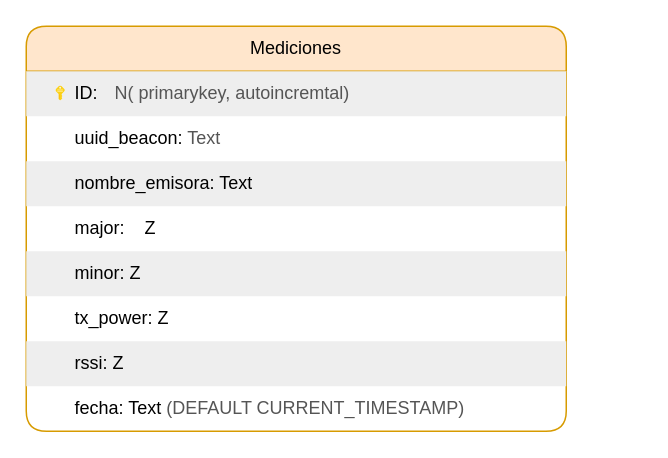
The draw.io diagram doc/Draw.io/server/MedicionesBD.drawio in Marcdaus/Sprint_0_Marc_Villalba, before the edit. Source tidied: cells renumbered, new cells numbered last; positions are measured from the earlier drawing's top-left corner, leaving out a move shared by most shapes. Both pictures are drawn from the tidied source at 150%, with x=0, y=0 at pixel (26, 26).
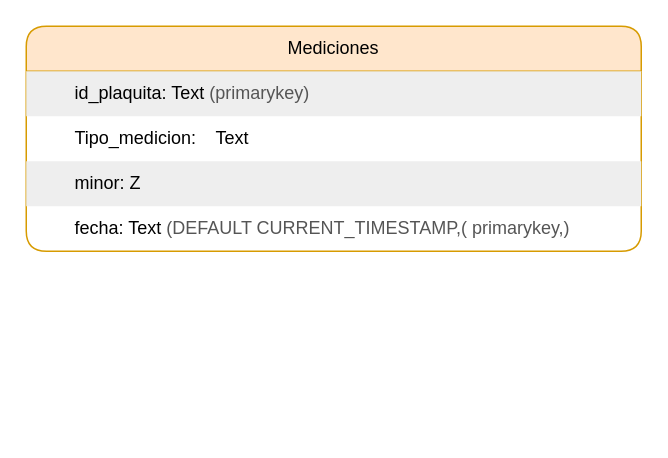
The same diagram, later.

The edit, as a diff of the source:
```diff
@@
 <mxGraphModel>
   <root>
     <mxCell id="0" />
     <mxCell id="1" parent="0" />
     <mxCell id="2" value="Mediciones" style="swimlane;fontStyle=0;horizontal=1;startSize=30;whiteSpace=wrap;html=1;rounded=1;fillColor=#ffe6cc;strokeColor=#d79b00;" parent="1" vertex="1">
-      <mxGeometry width="360" height="270" as="geometry" />
+      <mxGeometry width="410" height="150" as="geometry" />
     </mxCell>
-    <mxCell id="3" value="&lt;span style=&quot;white-space: pre;&quot;&gt;&#9;&lt;/span&gt;ID:&lt;span style=&quot;white-space: pre;&quot;&gt;&#9;&lt;/span&gt;&lt;span style=&quot;color: rgb(85, 85, 85);&quot;&gt;N( primarykey, autoincremtal)&lt;/span&gt;&lt;span style=&quot;white-space: pre;&quot;&gt;&#9;&lt;/span&gt;&lt;span style=&quot;white-space: pre;&quot;&gt;&#9;&lt;/span&gt;&lt;span style=&quot;white-space: pre;&quot;&gt;&#9;&lt;/span&gt;" style="text;strokeColor=none;fillColor=#EEEEEE;align=left;verticalAlign=middle;spacingLeft=4;spacingRight=4;overflow=hidden;whiteSpace=wrap;html=1;" parent="2" vertex="1">
-      <mxGeometry y="30" width="360" height="30" as="geometry" />
-    </mxCell>
-    <mxCell id="4" value="&lt;span style=&quot;white-space: pre;&quot;&gt;&#9;&lt;/span&gt;uuid_beacon:     &lt;span style=&quot;color: rgb(85, 85, 85);&quot;&gt;Text&lt;/span&gt;" style="text;strokeColor=none;fillColor=none;align=left;verticalAlign=middle;spacingLeft=4;spacingRight=4;overflow=hidden;whiteSpace=wrap;html=1;" parent="2" vertex="1">
-      <mxGeometry y="60" width="360" height="30" as="geometry" />
-    </mxCell>
-    <mxCell id="5" value="&lt;span style=&quot;white-space: pre;&quot;&gt;&#9;&lt;/span&gt;nombre_emisora:  Text" style="text;strokeColor=none;fillColor=#EEEEEE;align=left;verticalAlign=middle;spacingLeft=4;spacingRight=4;overflow=hidden;whiteSpace=wrap;html=1;" parent="2" vertex="1">
-      <mxGeometry y="90" width="360" height="30" as="geometry" />
+    <mxCell id="5" value="&lt;span style=&quot;white-space: pre;&quot;&gt;&#9;&lt;/span&gt;id_plaquita:  Text&amp;nbsp;&lt;span style=&quot;color: rgb(85, 85, 85);&quot;&gt;(primarykey)&lt;/span&gt;" style="text;strokeColor=none;fillColor=#EEEEEE;align=left;verticalAlign=middle;spacingLeft=4;spacingRight=4;overflow=hidden;whiteSpace=wrap;html=1;" parent="2" vertex="1">
+      <mxGeometry y="30" width="410" height="30" as="geometry" />
     </mxCell>
-    <mxCell id="6" value="&lt;span style=&quot;white-space: pre;&quot;&gt;&#9;&lt;/span&gt;major:&amp;nbsp; &amp;nbsp; Z" style="text;strokeColor=none;fillColor=none;align=left;verticalAlign=middle;spacingLeft=4;spacingRight=4;overflow=hidden;whiteSpace=wrap;html=1;" parent="2" vertex="1">
-      <mxGeometry y="120" width="360" height="30" as="geometry" />
+    <mxCell id="6" value="&lt;span style=&quot;white-space: pre;&quot;&gt;&#9;&lt;/span&gt;Tipo_medicion:&amp;nbsp; &amp;nbsp; Text" style="text;strokeColor=none;fillColor=none;align=left;verticalAlign=middle;spacingLeft=4;spacingRight=4;overflow=hidden;whiteSpace=wrap;html=1;" parent="2" vertex="1">
+      <mxGeometry y="60" width="410" height="30" as="geometry" />
     </mxCell>
     <mxCell id="7" value="&lt;span style=&quot;white-space: pre;&quot;&gt;&#9;&lt;/span&gt;minor:           Z" style="text;strokeColor=none;fillColor=#EEEEEE;align=left;verticalAlign=middle;spacingLeft=4;spacingRight=4;overflow=hidden;whiteSpace=wrap;html=1;" parent="2" vertex="1">
-      <mxGeometry y="150" width="360" height="30" as="geometry" />
+      <mxGeometry y="90" width="410" height="30" as="geometry" />
     </mxCell>
-    <mxCell id="8" value="&lt;span style=&quot;white-space: pre;&quot;&gt;&#9;&lt;/span&gt;tx_power:        Z" style="text;strokeColor=none;fillColor=none;align=left;verticalAlign=middle;spacingLeft=4;spacingRight=4;overflow=hidden;whiteSpace=wrap;html=1;" parent="2" vertex="1">
-      <mxGeometry y="180" width="360" height="30" as="geometry" />
-    </mxCell>
-    <mxCell id="9" value="&lt;span style=&quot;white-space: pre;&quot;&gt;&#9;&lt;/span&gt;rssi:            Z" style="text;strokeColor=none;fillColor=#EEEEEE;align=left;verticalAlign=middle;spacingLeft=4;spacingRight=4;overflow=hidden;whiteSpace=wrap;html=1;" parent="2" vertex="1">
-      <mxGeometry y="210" width="360" height="30" as="geometry" />
-    </mxCell>
-    <mxCell id="10" value="&lt;span style=&quot;white-space: pre;&quot;&gt;&#9;&lt;/span&gt;fecha:        Text&amp;nbsp;&lt;span style=&quot;color: rgb(85, 85, 85);&quot;&gt;(DEFAULT CURRENT_TIMESTAMP)&lt;/span&gt;" style="text;strokeColor=none;fillColor=none;align=left;verticalAlign=middle;spacingLeft=4;spacingRight=4;overflow=hidden;whiteSpace=wrap;html=1;" parent="2" vertex="1">
-      <mxGeometry y="240" width="360" height="30" as="geometry" />
+    <mxCell id="10" value="&lt;span style=&quot;white-space: pre;&quot;&gt;&#9;&lt;/span&gt;fecha:        Text&amp;nbsp;&lt;span style=&quot;color: rgb(85, 85, 85);&quot;&gt;(DEFAULT CURRENT_TIMESTAMP,( primarykey,)&lt;/span&gt;" style="text;strokeColor=none;fillColor=none;align=left;verticalAlign=middle;spacingLeft=4;spacingRight=4;overflow=hidden;whiteSpace=wrap;html=1;" parent="2" vertex="1">
+      <mxGeometry y="120" width="410" height="30" as="geometry" />
     </mxCell>
-    <mxCell id="11" style="image;sketch=0;html=1;align=center;fontSize=12;image=img/lib/mscae/Key.svg;rounded=1;" parent="1" vertex="1">
-      <mxGeometry x="20" y="40" width="6.2" height="10" as="geometry" />
-    </mxCell>
   </root>
 </mxGraphModel>
```
